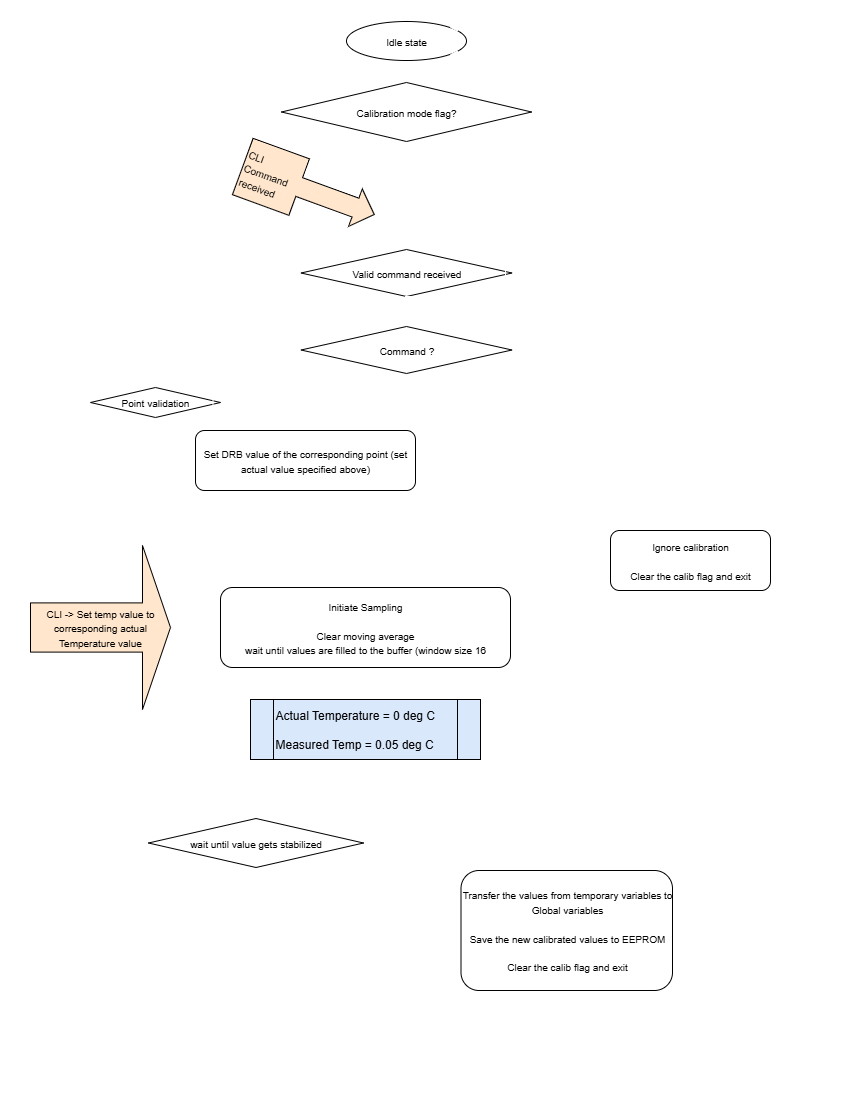
Above: Calibration method.png in S-NR/SnapShotInsight (draw.io), before the change. Source tidied: cells renumbered, new cells last; positions are measured from the earlier drawing's top-left corner, leaving out a move shared by most shapes.
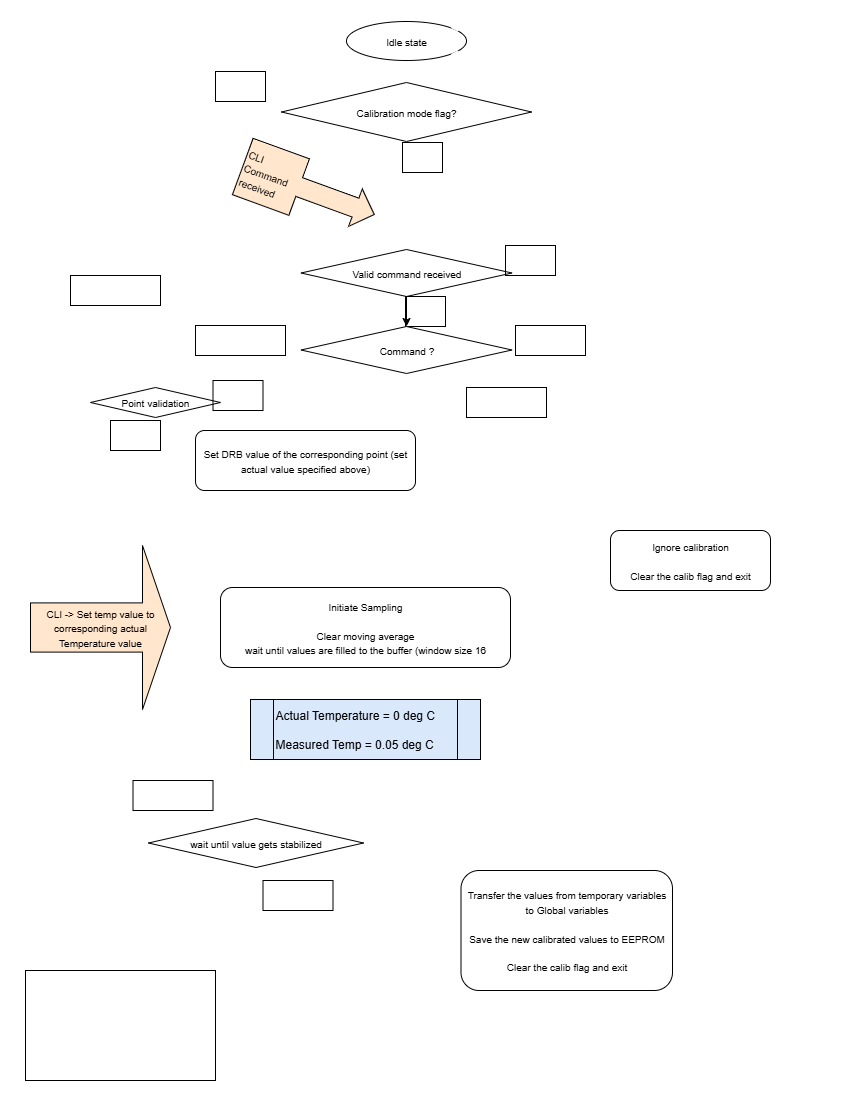
After the commit.

Commit message:
Updated flow design

The edit, as a diff of the source:
```diff
@@ -17,10 +17,10 @@
     <mxCell id="6" value="&lt;font style=&quot;font-size: 10px;&quot;&gt;Calibration mode flag?&lt;/font&gt;" style="rhombus;whiteSpace=wrap;html=1;strokeColor=#000000;" parent="1" vertex="1">
       <mxGeometry x="271" y="61" width="250" height="59" as="geometry" />
     </mxCell>
-    <mxCell id="7" value="&lt;font style=&quot;font-size: 10px;&quot;&gt;False&lt;/font&gt;" style="text;html=1;align=center;verticalAlign=middle;strokeColor=#FFFFFF;fillColor=none;fontColor=#FFFFFF;" parent="1" vertex="1">
+    <mxCell id="7" value="&lt;font style=&quot;font-size: 10px;&quot;&gt;False&lt;/font&gt;" style="text;html=1;align=center;verticalAlign=middle;strokeColor=#000000;fillColor=none;fontColor=#FFFFFF;" parent="1" vertex="1">
       <mxGeometry x="205" y="50" width="50" height="30" as="geometry" />
     </mxCell>
-    <mxCell id="8" value="&lt;font style=&quot;font-size: 10px;&quot;&gt;True&lt;/font&gt;" style="text;html=1;align=center;verticalAlign=middle;strokeColor=#FFFFFF;fillColor=none;fontColor=#FFFFFF;" parent="1" vertex="1">
+    <mxCell id="8" value="&lt;font style=&quot;font-size: 10px;&quot;&gt;True&lt;/font&gt;" style="text;html=1;align=center;verticalAlign=middle;strokeColor=#000000;fillColor=none;fontColor=#FFFFFF;" parent="1" vertex="1">
       <mxGeometry x="392" y="121" width="40" height="30" as="geometry" />
     </mxCell>
     <mxCell id="9" style="edgeStyle=orthogonalEdgeStyle;rounded=0;jettySize=auto;html=1;exitX=0.5;exitY=1;exitDx=0;exitDy=0;strokeColor=#FFFFFF;" parent="1" edge="1" source="10" target="12">
@@ -61,10 +61,10 @@
     <mxCell id="17" value="&lt;font style=&quot;font-size: 10px;&quot;&gt;wait until value gets stabilized&lt;/font&gt;" style="rhombus;whiteSpace=wrap;html=1;strokeColor=#000000;" parent="1" vertex="1">
       <mxGeometry x="138" y="797" width="215" height="49" as="geometry" />
     </mxCell>
-    <mxCell id="18" value="&lt;font style=&quot;font-size: 10px;&quot;&gt;In progress....&lt;/font&gt;" style="text;html=1;align=center;verticalAlign=middle;strokeColor=#FFFFFF;fillColor=none;fontColor=#FFFFFF;" parent="1" vertex="1">
+    <mxCell id="18" value="&lt;font style=&quot;font-size: 10px;&quot;&gt;In progress....&lt;/font&gt;" style="text;html=1;align=center;verticalAlign=middle;strokeColor=#000000;fillColor=none;fontColor=#FFFFFF;" parent="1" vertex="1">
       <mxGeometry x="122.5" y="759" width="80" height="30" as="geometry" />
     </mxCell>
-    <mxCell id="19" value="&lt;font style=&quot;font-size: 10px;&quot;&gt;Stabilized&lt;/font&gt;" style="text;html=1;align=center;verticalAlign=middle;strokeColor=#FFFFFF;fillColor=none;fontColor=#FFFFFF;" parent="1" vertex="1">
+    <mxCell id="19" value="&lt;font style=&quot;font-size: 10px;&quot;&gt;Stabilized&lt;/font&gt;" style="text;html=1;align=center;verticalAlign=middle;strokeColor=#000000;fillColor=none;fontColor=#FFFFFF;" parent="1" vertex="1">
       <mxGeometry x="252.5" y="859" width="70" height="30" as="geometry" />
     </mxCell>
     <mxCell id="20" style="edgeStyle=orthogonalEdgeStyle;rounded=0;jettySize=auto;html=1;strokeColor=#FFFFFF;" parent="1" edge="1" source="21" target="14">
@@ -73,7 +73,7 @@
     <mxCell id="21" value="&lt;font style=&quot;font-size: 10px;&quot;&gt;Initiate Sampling&lt;/font&gt;&lt;div&gt;&lt;font style=&quot;font-size: 10px;&quot;&gt;&lt;br&gt;&lt;/font&gt;&lt;div&gt;&lt;font style=&quot;font-size: 10px;&quot;&gt;Clear moving average&lt;/font&gt;&lt;/div&gt;&lt;div&gt;&lt;font style=&quot;font-size: 10px;&quot;&gt;wait until values are filled to the buffer (window size 16&lt;/font&gt;&lt;/div&gt;&lt;/div&gt;" style="rounded=1;whiteSpace=wrap;html=1;strokeColor=#000000;" parent="1" vertex="1">
       <mxGeometry x="210" y="566" width="290" height="80" as="geometry" />
     </mxCell>
-    <mxCell id="22" value="Assumptions :&lt;div&gt;&lt;br&gt;&lt;/div&gt;&lt;div&gt;1st Point : Actual 1000 ohm&amp;nbsp;&lt;/div&gt;&lt;div&gt;(corresponding to 0 deg C)&lt;/div&gt;&lt;div&gt;&lt;br&gt;&lt;div&gt;2nd Point : Actual 1097.30 ohm&amp;nbsp;&lt;/div&gt;&lt;div&gt;(corresponding to 25 deg C)&lt;/div&gt;&lt;/div&gt;" style="text;html=1;align=left;verticalAlign=middle;strokeColor=#FFFFFF;fillColor=none;fontStyle=1;fontColor=#FFFFFF;" parent="1" vertex="1">
+    <mxCell id="22" value="Assumptions :&lt;div&gt;&lt;br&gt;&lt;/div&gt;&lt;div&gt;1st Point : Actual 1000 ohm&amp;nbsp;&lt;/div&gt;&lt;div&gt;(corresponding to 0 deg C)&lt;/div&gt;&lt;div&gt;&lt;br&gt;&lt;div&gt;2nd Point : Actual 1097.30 ohm&amp;nbsp;&lt;/div&gt;&lt;div&gt;(corresponding to 25 deg C)&lt;/div&gt;&lt;/div&gt;" style="text;html=1;align=left;verticalAlign=middle;strokeColor=#000000;fillColor=none;fontStyle=1;fontColor=#FFFFFF;" parent="1" vertex="1">
       <mxGeometry x="15" y="949" width="190" height="110" as="geometry" />
     </mxCell>
     <mxCell id="23" style="edgeStyle=orthogonalEdgeStyle;rounded=0;jettySize=auto;html=1;entryX=1;entryY=0.5;entryDx=0;entryDy=0;exitX=1;exitY=0.5;exitDx=0;exitDy=0;strokeColor=#FFFFFF;" parent="1" edge="1" source="25" target="6">
@@ -84,19 +84,19 @@
         </Array>
       </mxGeometry>
     </mxCell>
-    <mxCell id="24" style="edgeStyle=orthogonalEdgeStyle;rounded=0;jettySize=auto;html=1;entryX=0.5;entryY=0;entryDx=0;entryDy=0;strokeColor=#FFFFFF;" parent="1" edge="1" source="25" target="32">
+    <mxCell id="24" style="edgeStyle=orthogonalEdgeStyle;rounded=0;jettySize=auto;html=1;entryX=0.5;entryY=0;entryDx=0;entryDy=0;strokeColor=#000000;" parent="1" edge="1" source="25" target="32">
       <mxGeometry relative="1" as="geometry" />
     </mxCell>
     <mxCell id="25" value="&lt;font style=&quot;font-size: 10px;&quot;&gt;Valid command received&lt;/font&gt;" style="rhombus;whiteSpace=wrap;html=1;strokeColor=#000000;" parent="1" vertex="1">
       <mxGeometry x="290.5" y="228" width="211" height="47" as="geometry" />
     </mxCell>
-    <mxCell id="26" value="&lt;font style=&quot;font-size: 10px;&quot;&gt;True&lt;/font&gt;" style="text;html=1;align=center;verticalAlign=middle;strokeColor=#FFFFFF;fillColor=none;fontColor=#FFFFFF;" parent="1" vertex="1">
+    <mxCell id="26" value="&lt;font style=&quot;font-size: 10px;&quot;&gt;True&lt;/font&gt;" style="text;html=1;align=center;verticalAlign=middle;strokeColor=#000000;fillColor=none;fontColor=#FFFFFF;" parent="1" vertex="1">
       <mxGeometry x="395" y="275" width="40" height="30" as="geometry" />
     </mxCell>
     <mxCell id="27" value="&lt;span style=&quot;font-size: 10px; text-wrap-mode: wrap;&quot;&gt;CLI Command received&lt;/span&gt;" style="html=1;shadow=0;dashed=0;align=left;verticalAlign=middle;shape=mxgraph.arrows2.calloutArrow;dy=10;dx=20;notch=60;arrowHead=10;rotation=20;fillColor=#ffe6cc;strokeColor=#000000;" parent="1" vertex="1">
       <mxGeometry x="228" y="139" width="140" height="60" as="geometry" />
     </mxCell>
-    <mxCell id="28" value="&lt;font style=&quot;font-size: 10px;&quot;&gt;False&lt;/font&gt;" style="text;html=1;align=center;verticalAlign=middle;strokeColor=#FFFFFF;fillColor=none;fontColor=#FFFFFF;" parent="1" vertex="1">
+    <mxCell id="28" value="&lt;font style=&quot;font-size: 10px;&quot;&gt;False&lt;/font&gt;" style="text;html=1;align=center;verticalAlign=middle;strokeColor=#000000;fillColor=none;fontColor=#FFFFFF;" parent="1" vertex="1">
       <mxGeometry x="495" y="224" width="50" height="30" as="geometry" />
     </mxCell>
     <mxCell id="29" style="edgeStyle=orthogonalEdgeStyle;rounded=0;jettySize=auto;html=1;strokeColor=#FFFFFF;" parent="1" edge="1" source="32" target="39">
@@ -116,13 +116,13 @@
     <mxCell id="32" value="&lt;font style=&quot;font-size: 10px;&quot;&gt;Command ?&lt;/font&gt;" style="rhombus;whiteSpace=wrap;html=1;strokeColor=#000000;" parent="1" vertex="1">
       <mxGeometry x="290.5" y="305" width="211" height="47" as="geometry" />
     </mxCell>
-    <mxCell id="33" value="&lt;span style=&quot;font-size: 10px;&quot;&gt;Point 1 / 2 Calib&lt;/span&gt;" style="text;html=1;align=center;verticalAlign=middle;strokeColor=#FFFFFF;fillColor=none;fontColor=#FFFFFF;" parent="1" vertex="1">
+    <mxCell id="33" value="&lt;span style=&quot;font-size: 10px;&quot;&gt;Point 1 / 2 Calib&lt;/span&gt;" style="text;html=1;align=center;verticalAlign=middle;strokeColor=#000000;fillColor=none;fontColor=#FFFFFF;" parent="1" vertex="1">
       <mxGeometry x="185" y="304" width="90" height="30" as="geometry" />
     </mxCell>
-    <mxCell id="34" value="&lt;font style=&quot;font-size: 10px;&quot;&gt;Stop Calib&lt;/font&gt;" style="text;html=1;align=center;verticalAlign=middle;strokeColor=#FFFFFF;fillColor=none;fontColor=#FFFFFF;" parent="1" vertex="1">
+    <mxCell id="34" value="&lt;font style=&quot;font-size: 10px;&quot;&gt;Stop Calib&lt;/font&gt;" style="text;html=1;align=center;verticalAlign=middle;strokeColor=#000000;fillColor=none;fontColor=#FFFFFF;" parent="1" vertex="1">
       <mxGeometry x="505" y="304" width="70" height="30" as="geometry" />
     </mxCell>
-    <mxCell id="35" value="&lt;font style=&quot;font-size: 10px;&quot;&gt;Confirm Calib&lt;/font&gt;" style="text;html=1;align=center;verticalAlign=middle;strokeColor=#FFFFFF;fillColor=none;fontColor=#FFFFFF;" parent="1" vertex="1">
+    <mxCell id="35" value="&lt;font style=&quot;font-size: 10px;&quot;&gt;Confirm Calib&lt;/font&gt;" style="text;html=1;align=center;verticalAlign=middle;strokeColor=#000000;fillColor=none;fontColor=#FFFFFF;" parent="1" vertex="1">
       <mxGeometry x="456" y="366" width="80" height="30" as="geometry" />
     </mxCell>
     <mxCell id="36" style="edgeStyle=orthogonalEdgeStyle;rounded=0;jettySize=auto;html=1;entryX=0;entryY=0.5;entryDx=0;entryDy=0;strokeColor=#FFFFFF;" parent="1" edge="1" source="39" target="10">
@@ -141,13 +141,13 @@
     <mxCell id="39" value="&lt;font style=&quot;font-size: 10px;&quot;&gt;Point validation&lt;/font&gt;" style="rhombus;whiteSpace=wrap;html=1;strokeColor=#000000;" parent="1" vertex="1">
       <mxGeometry x="80" y="366" width="130" height="30" as="geometry" />
     </mxCell>
-    <mxCell id="40" value="&lt;font style=&quot;font-size: 10px;&quot;&gt;Point 1&lt;/font&gt;" style="text;html=1;align=center;verticalAlign=middle;strokeColor=#FFFFFF;fillColor=none;fontColor=#FFFFFF;" parent="1" vertex="1">
+    <mxCell id="40" value="&lt;font style=&quot;font-size: 10px;&quot;&gt;Point 1&lt;/font&gt;" style="text;html=1;align=center;verticalAlign=middle;strokeColor=#000000;fillColor=none;fontColor=#FFFFFF;" parent="1" vertex="1">
       <mxGeometry x="100" y="399" width="50" height="30" as="geometry" />
     </mxCell>
-    <mxCell id="41" value="&lt;font style=&quot;font-size: 10px;&quot;&gt;Point 2&lt;/font&gt;" style="text;html=1;align=center;verticalAlign=middle;strokeColor=#FFFFFF;fillColor=none;fontColor=#FFFFFF;" parent="1" vertex="1">
+    <mxCell id="41" value="&lt;font style=&quot;font-size: 10px;&quot;&gt;Point 2&lt;/font&gt;" style="text;html=1;align=center;verticalAlign=middle;strokeColor=#000000;fillColor=none;fontColor=#FFFFFF;" parent="1" vertex="1">
       <mxGeometry x="202.5" y="359" width="50" height="30" as="geometry" />
     </mxCell>
-    <mxCell id="42" value="&lt;font style=&quot;font-size: 10px;&quot;&gt;Other values ?&lt;/font&gt;" style="text;html=1;align=center;verticalAlign=middle;strokeColor=#FFFFFF;fillColor=none;fontColor=#FFFFFF;" parent="1" vertex="1">
+    <mxCell id="42" value="&lt;font style=&quot;font-size: 10px;&quot;&gt;Other values ?&lt;/font&gt;" style="text;html=1;align=center;verticalAlign=middle;strokeColor=#000000;fillColor=none;fontColor=#FFFFFF;" parent="1" vertex="1">
       <mxGeometry x="60" y="254" width="90" height="30" as="geometry" />
     </mxCell>
     <mxCell id="43" style="edgeStyle=orthogonalEdgeStyle;rounded=0;jettySize=auto;html=1;entryX=1;entryY=0;entryDx=0;entryDy=0;strokeColor=#FFFFFF;" parent="1" edge="1" source="44" target="3">
```
